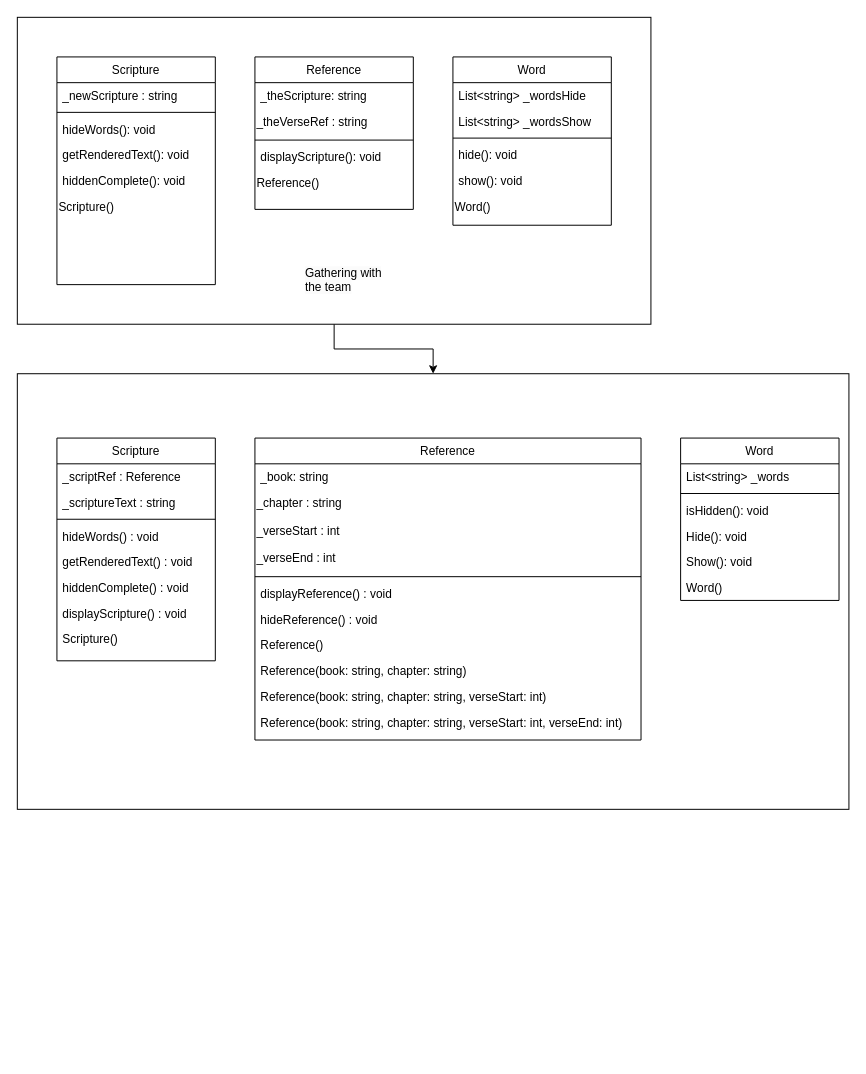
RSLASC/cse210-projects-v2 keeps this draw.io diagram as prove/Develop03/Scripture.drawio. Above is the earlier version. Source tidied: cells renumbered, new cells numbered last; positions are measured from the earlier drawing's top-left corner, leaving out a move shared by most shapes. Both pictures are drawn from the tidied source at 99%, with x=0, y=0 at pixel (17, 17).
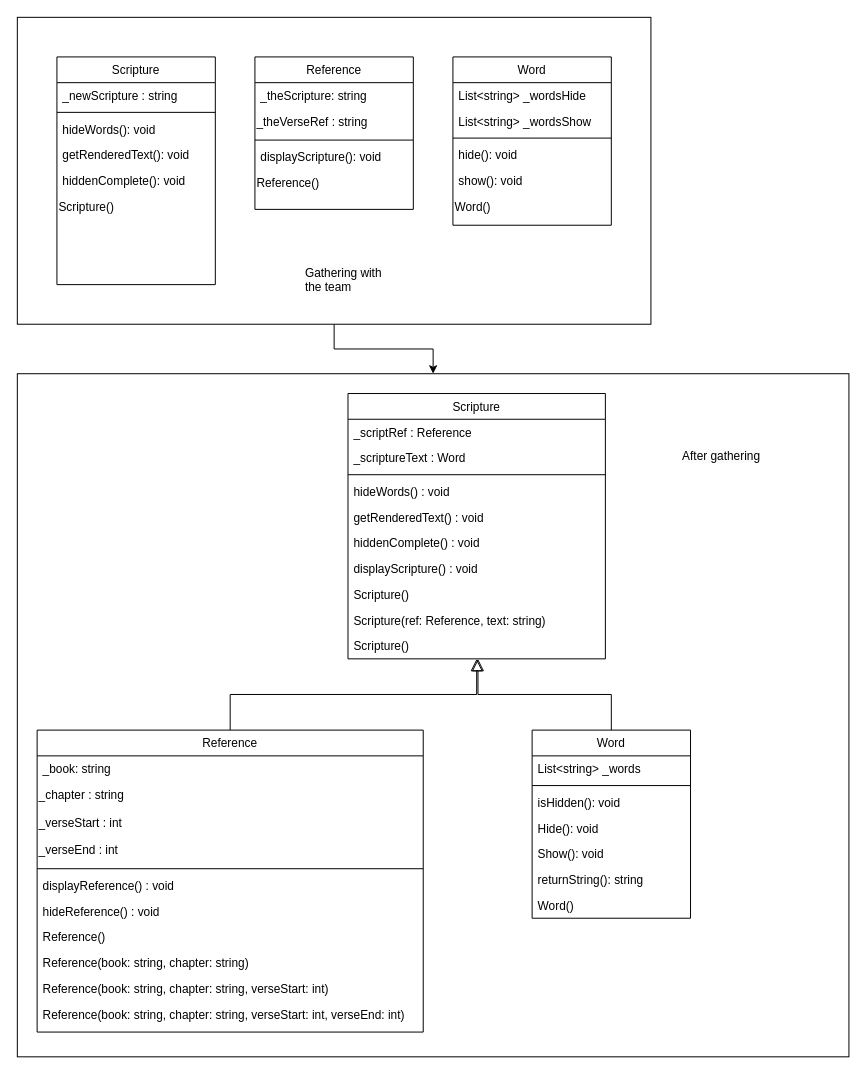
Above is the later version.

Commit message:
updated Scripture diagram

What changed in the source:
```diff
@@
     <mxCell id="25" style="whiteSpace=wrap;html=1;rounded=0;" parent="1" vertex="1">
-      <mxGeometry y="360" width="840" height="440" as="geometry" />
+      <mxGeometry y="360" width="840" height="690" as="geometry" />
     </mxCell>
+    <mxCell id="54" style="edgeStyle=orthogonalEdgeStyle;rounded=0;jettySize=auto;html=1;entryX=0.505;entryY=1;entryDx=0;entryDy=0;entryPerimeter=0;strokeWidth=1;endArrow=block;endFill=0;endSize=10;" parent="1" edge="1" source="26" target="58">
+      <mxGeometry relative="1" as="geometry" />
+    </mxCell>
     <mxCell id="26" value="Word" style="swimlane;fontStyle=0;align=center;verticalAlign=top;horizontal=1;startSize=26;rounded=0;shadow=0;strokeWidth=1;" parent="1" vertex="1">
-      <mxGeometry x="670" y="425" width="160" height="164" as="geometry" />
+      <mxGeometry x="520" y="720" width="160" height="190" as="geometry" />
     </mxCell>
@@
+    <mxCell id="55" value="returnString(): string" style="text;align=left;verticalAlign=top;spacingLeft=4;spacingRight=4;overflow=hidden;fontStyle=0;" parent="26" vertex="1">
+      <mxGeometry y="138" width="160" height="26" as="geometry" />
+    </mxCell>
     <mxCell id="32" value="Word()" style="text;align=left;verticalAlign=top;spacingLeft=4;spacingRight=4;overflow=hidden;fontStyle=0;" parent="26" vertex="1">
-      <mxGeometry y="138" width="160" height="26" as="geometry" />
+      <mxGeometry y="164" width="160" height="26" as="geometry" />
     </mxCell>
+    <mxCell id="56" style="edgeStyle=orthogonalEdgeStyle;rounded=0;jettySize=auto;html=1;entryX=0.5;entryY=1;entryDx=0;entryDy=0;exitX=0.5;exitY=0;exitDx=0;exitDy=0;endArrow=block;endFill=0;strokeWidth=1;endSize=10;" parent="1" edge="1" source="33" target="45">
+      <mxGeometry relative="1" as="geometry" />
+    </mxCell>
     <mxCell id="33" value="Reference" style="swimlane;fontStyle=0;align=center;verticalAlign=top;horizontal=1;startSize=26;rounded=0;shadow=0;strokeWidth=1;" parent="1" vertex="1">
-      <mxGeometry x="240" y="425" width="390" height="305" as="geometry" />
+      <mxGeometry x="20" y="720" width="390" height="305" as="geometry" />
     </mxCell>
@@
     <mxCell id="45" value="Scripture" style="swimlane;fontStyle=0;align=center;verticalAlign=top;horizontal=1;startSize=26;rounded=0;shadow=0;strokeWidth=1;" parent="1" vertex="1">
-      <mxGeometry x="40" y="425" width="160" height="225" as="geometry" />
+      <mxGeometry x="334" y="380" width="260" height="268" as="geometry" />
     </mxCell>
     <mxCell id="46" value="_scriptRef : Reference" style="text;align=left;verticalAlign=top;spacingLeft=4;spacingRight=4;overflow=hidden;" parent="45" vertex="1">
-      <mxGeometry y="26" width="160" height="26" as="geometry" />
+      <mxGeometry y="26" width="260" height="26" as="geometry" />
     </mxCell>
-    <mxCell id="47" value="_scriptureText : string" style="text;align=left;verticalAlign=top;spacingLeft=4;spacingRight=4;overflow=hidden;" parent="45" vertex="1">
-      <mxGeometry y="52" width="160" height="26" as="geometry" />
+    <mxCell id="47" value="_scriptureText : Word" style="text;align=left;verticalAlign=top;spacingLeft=4;spacingRight=4;overflow=hidden;" parent="45" vertex="1">
+      <mxGeometry y="52" width="260" height="26" as="geometry" />
     </mxCell>
     <mxCell id="48" style="line;html=1;strokeWidth=1;align=left;verticalAlign=middle;spacingTop=-1;spacingLeft=3;spacingRight=3;labelPosition=right;" parent="45" vertex="1">
-      <mxGeometry y="78" width="160" height="8" as="geometry" />
+      <mxGeometry y="78" width="260" height="8" as="geometry" />
     </mxCell>
     <mxCell id="49" value="hideWords() : void " style="text;align=left;verticalAlign=top;spacingLeft=4;spacingRight=4;overflow=hidden;" parent="45" vertex="1">
-      <mxGeometry y="86" width="160" height="26" as="geometry" />
+      <mxGeometry y="86" width="260" height="26" as="geometry" />
     </mxCell>
     <mxCell id="50" value="getRenderedText() : void " style="text;align=left;verticalAlign=top;spacingLeft=4;spacingRight=4;overflow=hidden;" parent="45" vertex="1">
-      <mxGeometry y="112" width="160" height="26" as="geometry" />
+      <mxGeometry y="112" width="260" height="26" as="geometry" />
     </mxCell>
     <mxCell id="51" value="hiddenComplete() : void" style="text;align=left;verticalAlign=top;spacingLeft=4;spacingRight=4;overflow=hidden;" parent="45" vertex="1">
-      <mxGeometry y="138" width="160" height="26" as="geometry" />
+      <mxGeometry y="138" width="260" height="26" as="geometry" />
     </mxCell>
     <mxCell id="52" value="displayScripture() : void" style="text;align=left;verticalAlign=top;spacingLeft=4;spacingRight=4;overflow=hidden;" parent="45" vertex="1">
-      <mxGeometry y="164" width="160" height="26" as="geometry" />
+      <mxGeometry y="164" width="260" height="26" as="geometry" />
     </mxCell>
     <mxCell id="53" value="Scripture()" style="text;align=left;verticalAlign=top;spacingLeft=4;spacingRight=4;overflow=hidden;" parent="45" vertex="1">
-      <mxGeometry y="190" width="160" height="26" as="geometry" />
+      <mxGeometry y="190" width="260" height="26" as="geometry" />
     </mxCell>
+    <mxCell id="57" value="Scripture(ref: Reference, text: string)" style="text;align=left;verticalAlign=top;spacingLeft=4;spacingRight=4;overflow=hidden;" parent="45" vertex="1">
+      <mxGeometry y="216" width="260" height="26" as="geometry" />
+    </mxCell>
+    <mxCell id="58" value="Scripture()" style="text;align=left;verticalAlign=top;spacingLeft=4;spacingRight=4;overflow=hidden;points=[[0,0.5],[1,0.5]];portConstraint=eastwest;" parent="45" vertex="1">
+      <mxGeometry y="242" width="260" height="26" as="geometry" />
+    </mxCell>
+    <mxCell id="59" value="&lt;span style=&quot;color: rgb(0, 0, 0); font-family: Helvetica; font-size: 12px; font-style: normal; font-variant-ligatures: normal; font-variant-caps: normal; font-weight: 400; letter-spacing: normal; orphans: 2; text-align: center; text-indent: 0px; text-transform: none; widows: 2; word-spacing: 0px; -webkit-text-stroke-width: 0px; background-color: rgb(251, 251, 251); text-decoration-thickness: initial; text-decoration-style: initial; text-decoration-color: initial; float: none; display: inline !important;&quot;&gt;After gathering&lt;/span&gt;" style="text;whiteSpace=wrap;html=1;" parent="1" vertex="1">
+      <mxGeometry x="670" y="430" width="90" height="40" as="geometry" />
+    </mxCell>
```
